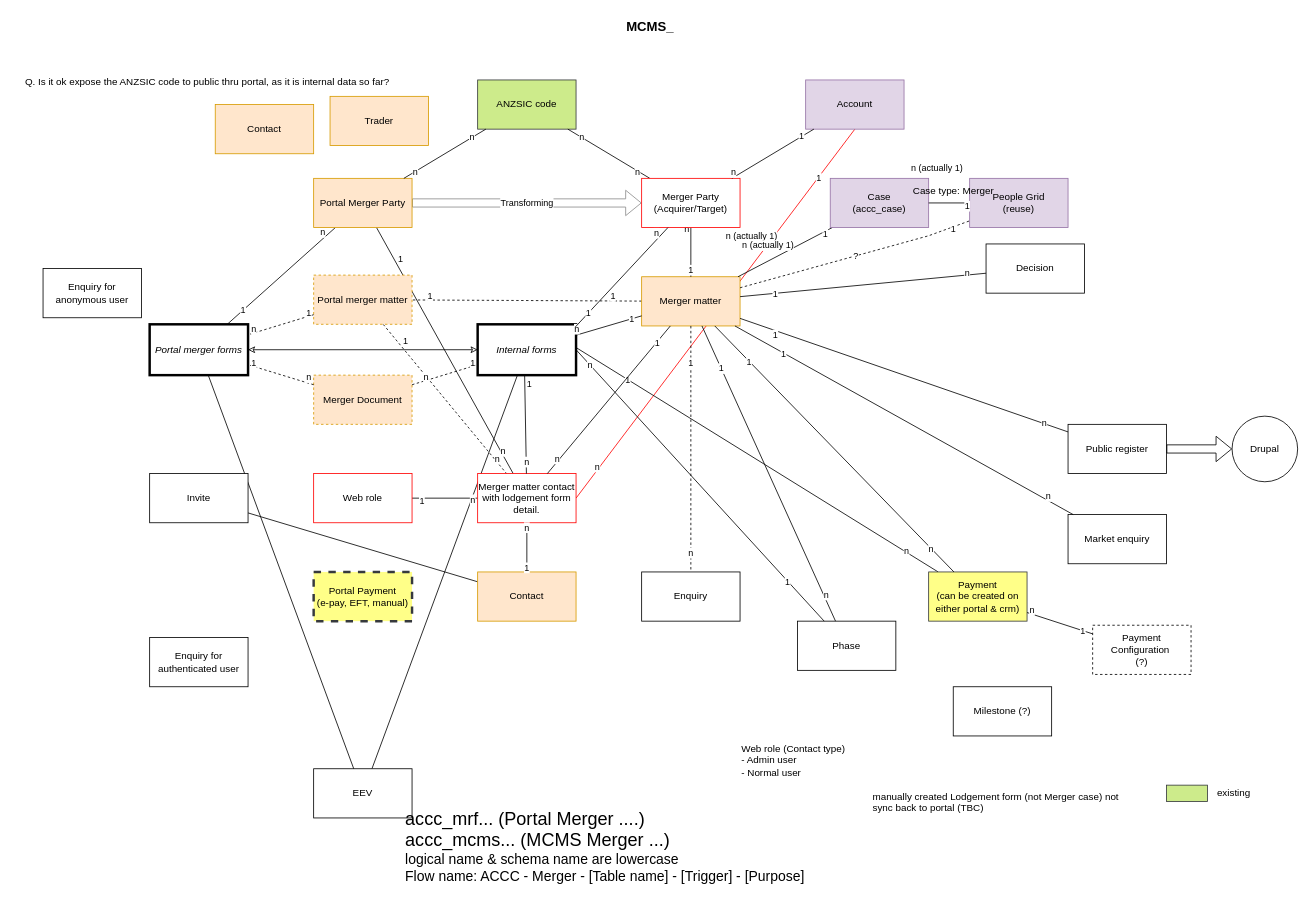
This is page "Page-10" (10 of 12) of Merger.drawio from danieldotskc/helloworld, a draw.io file, before an edit. Source tidied: cells renumbered, new cells numbered last; positions are measured from the earlier drawing's top-left corner, leaving out a move shared by most shapes. Both pictures are drawn from the tidied source at 82%, with x=0, y=0 at pixel (14, 14).
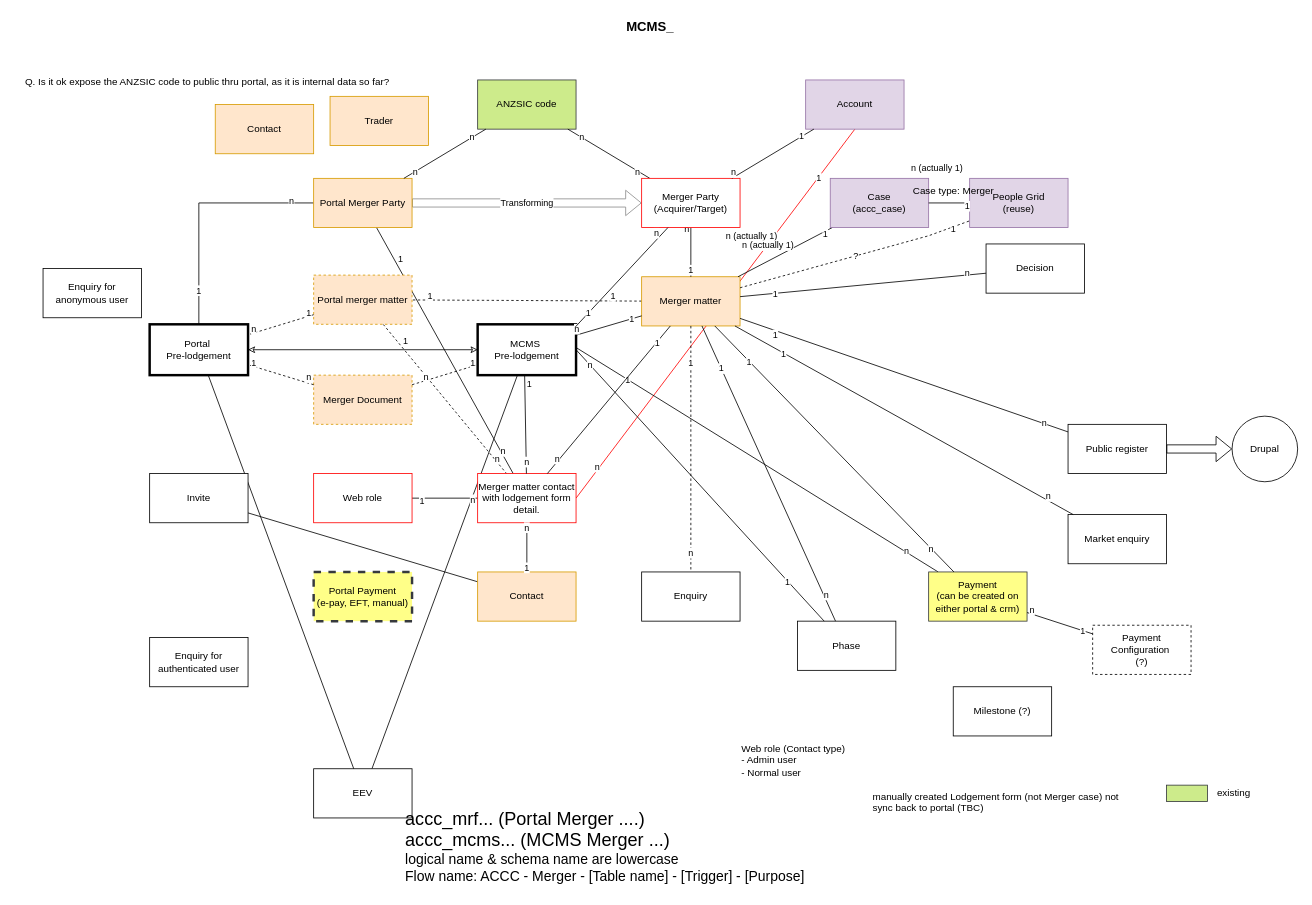
The same page after the edit.

Unchanged cells that the change refers to:
```xml
<mxCell id="77" value="Portal Merger Party" style="rounded=0;whiteSpace=wrap;html=1;fillColor=#ffe6cc;strokeColor=#d79b00;" parent="1" vertex="1">
  <mxGeometry x="365" y="200" width="120" height="60" as="geometry" />
</mxCell>
```

Diff of the diagram source:
```diff
@@
     <mxCell id="10" style="endArrow=none;html=1;rounded=0;" parent="1" edge="1" source="26" target="77">
-      <mxGeometry relative="1" as="geometry" />
+      <mxGeometry relative="1" as="geometry">
+        <Array as="points">
+          <mxPoint x="225" y="230" />
+        </Array>
+      </mxGeometry>
     </mxCell>
@@
-    <mxCell id="26" value="Portal merger forms" style="rounded=0;whiteSpace=wrap;html=1;labelPosition=center;verticalLabelPosition=middle;align=center;verticalAlign=middle;fontStyle=2;strokeWidth=3;" parent="1" vertex="1">
+    <mxCell id="26" value="&lt;span style=&quot;font-style: normal;&quot;&gt;Portal&amp;nbsp;&lt;/span&gt;&lt;div&gt;&lt;span style=&quot;font-style: normal;&quot;&gt;Pre-lodgement&lt;/span&gt;&lt;/div&gt;" style="rounded=0;whiteSpace=wrap;html=1;labelPosition=center;verticalLabelPosition=middle;align=center;verticalAlign=middle;fontStyle=2;strokeWidth=3;" parent="1" vertex="1">
       <mxGeometry x="165" y="378" width="120" height="62" as="geometry" />
     </mxCell>
@@
-    <mxCell id="75" value="Internal forms" style="rounded=0;whiteSpace=wrap;html=1;labelPosition=center;verticalLabelPosition=middle;align=center;verticalAlign=middle;strokeWidth=3;fontStyle=2;" parent="1" vertex="1">
+    <mxCell id="75" value="&lt;span style=&quot;font-style: normal;&quot;&gt;MCMS&amp;nbsp;&lt;/span&gt;&lt;div&gt;&lt;span style=&quot;font-style: normal;&quot;&gt;Pre-lodgement&lt;/span&gt;&lt;/div&gt;" style="rounded=0;whiteSpace=wrap;html=1;labelPosition=center;verticalLabelPosition=middle;align=center;verticalAlign=middle;strokeWidth=3;fontStyle=2;" parent="1" vertex="1">
       <mxGeometry x="565" y="378" width="120" height="62" as="geometry" />
     </mxCell>
```
